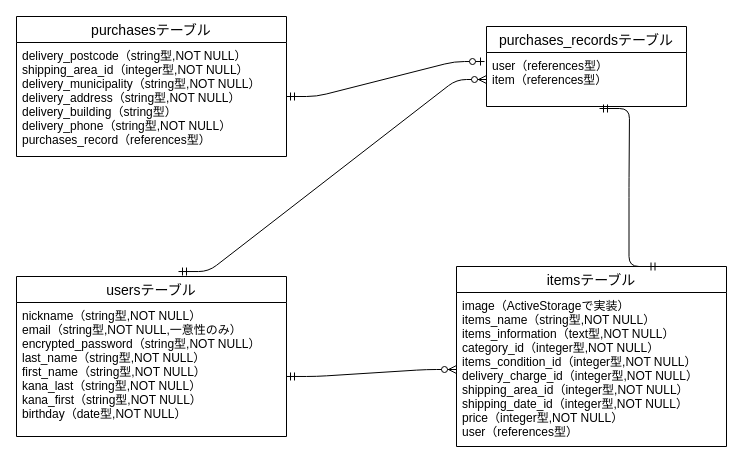
Before: furima.dio in Kazutosi110/furima-35234, a draw.io diagram. Source tidied: cells renumbered, new cells numbered last; positions are measured from the earlier drawing's top-left corner, leaving out a move shared by most shapes. Both pictures are drawn from the tidied source at 100%, with x=0, y=0 at pixel (16, 16).
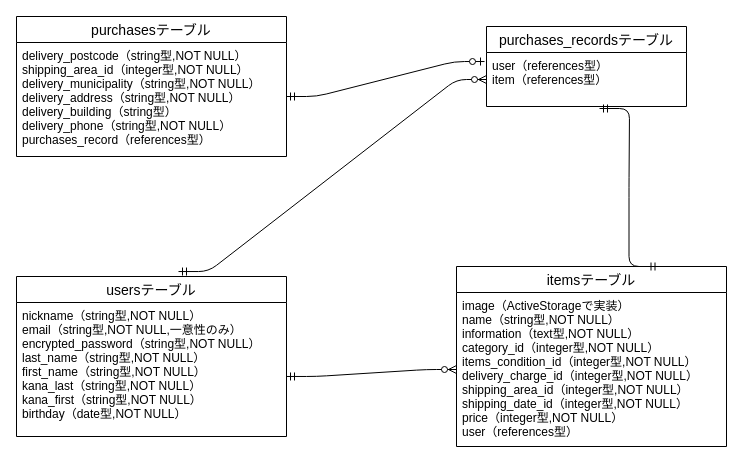
Above is the later version.

Commit message (it also covers changes not shown here):
ER図・READMEの作成直し（4）

The edit, as a diff of the source:
```diff
@@
 <mxGraphModel>
   <root>
     <mxCell id="0" />
     <mxCell id="1" parent="0" />
     <mxCell id="2" value="usersテーブル" style="swimlane;fontStyle=0;horizontal=1;startSize=26;align=center;fontSize=14;" parent="1" vertex="1">
       <mxGeometry y="260" width="270" height="160" as="geometry" />
     </mxCell>
     <mxCell id="3" value="nickname（string型,NOT NULL）&#10;email（string型,NOT NULL,一意性のみ）&#10;encrypted_password（string型,NOT NULL）&#10;last_name（string型,NOT NULL）&#10;first_name（string型,NOT NULL）&#10;kana_last（string型,NOT NULL）&#10;kana_first（string型,NOT NULL）&#10;birthday（date型,NOT NULL）" style="text;strokeColor=none;fillColor=none;spacingLeft=4;spacingRight=4;overflow=hidden;points=[[0,0.5],[1,0.5]];portConstraint=eastwest;fontSize=12;" parent="2" vertex="1">
       <mxGeometry y="26" width="270" height="134" as="geometry" />
     </mxCell>
     <mxCell id="4" style="edgeStyle=orthogonalEdgeStyle;rounded=0;orthogonalLoop=1;jettySize=auto;html=1;exitX=1;exitY=0.5;exitDx=0;exitDy=0;" parent="2" edge="1" source="3" target="3">
       <mxGeometry relative="1" as="geometry" />
     </mxCell>
     <mxCell id="5" value="itemsテーブル" style="swimlane;fontStyle=0;horizontal=1;startSize=26;align=center;fontSize=14;" parent="1" vertex="1">
       <mxGeometry x="440" y="250" width="270" height="180" as="geometry" />
     </mxCell>
-    <mxCell id="6" value="image（ActiveStorageで実装）&#10;items_name（string型,NOT NULL）&#10;items_information（text型,NOT NULL）&#10;category_id（integer型,NOT NULL）&#10;items_condition_id（integer型,NOT NULL）&#10;delivery_charge_id（integer型,NOT NULL）&#10;shipping_area_id（integer型,NOT NULL）&#10;shipping_date_id（integer型,NOT NULL）&#10;price（integer型,NOT NULL）&#10;user（references型）" style="text;strokeColor=none;fillColor=none;spacingLeft=4;spacingRight=4;overflow=hidden;points=[[0,0.5],[1,0.5]];portConstraint=eastwest;fontSize=12;" parent="5" vertex="1">
+    <mxCell id="6" value="image（ActiveStorageで実装）&#10;name（string型,NOT NULL）&#10;information（text型,NOT NULL）&#10;category_id（integer型,NOT NULL）&#10;items_condition_id（integer型,NOT NULL）&#10;delivery_charge_id（integer型,NOT NULL）&#10;shipping_area_id（integer型,NOT NULL）&#10;shipping_date_id（integer型,NOT NULL）&#10;price（integer型,NOT NULL）&#10;user（references型）" style="text;strokeColor=none;fillColor=none;spacingLeft=4;spacingRight=4;overflow=hidden;points=[[0,0.5],[1,0.5]];portConstraint=eastwest;fontSize=12;" parent="5" vertex="1">
       <mxGeometry y="26" width="270" height="154" as="geometry" />
     </mxCell>
     <mxCell id="7" value="purchasesテーブル" style="swimlane;fontStyle=0;horizontal=1;startSize=26;align=center;fontSize=14;" parent="1" vertex="1">
       <mxGeometry width="270" height="140" as="geometry" />
     </mxCell>
     <mxCell id="8" value="delivery_postcode（string型,NOT NULL）&#10;shipping_area_id（integer型,NOT NULL）&#10;delivery_municipality（string型,NOT NULL）&#10;delivery_address（string型,NOT NULL）&#10;delivery_building（string型）&#10;delivery_phone（string型,NOT NULL）&#10;purchases_record（references型）" style="text;strokeColor=none;fillColor=none;spacingLeft=4;spacingRight=4;overflow=hidden;fontSize=12;" parent="7" vertex="1">
       <mxGeometry y="26" width="270" height="114" as="geometry" />
     </mxCell>
     <mxCell id="9" value="purchases_recordsテーブル" style="swimlane;fontStyle=0;horizontal=1;startSize=26;align=center;fontSize=14;" parent="1" vertex="1">
       <mxGeometry x="470" y="10" width="200" height="80" as="geometry" />
     </mxCell>
     <mxCell id="10" value="user（references型）&#10;item（references型）" style="text;strokeColor=none;fillColor=none;spacingLeft=4;spacingRight=4;overflow=hidden;points=[[0,0.5],[1,0.5]];portConstraint=eastwest;fontSize=12;" parent="9" vertex="1">
       <mxGeometry y="26" width="200" height="54" as="geometry" />
     </mxCell>
     <mxCell id="11" style="edgeStyle=entityRelationEdgeStyle;fontSize=12;html=1;endArrow=ERzeroToMany;startArrow=ERmandOne;entryX=0;entryY=0.5;entryDx=0;entryDy=0;exitX=0.6;exitY=-0.031;exitDx=0;exitDy=0;exitPerimeter=0;" parent="1" edge="1" source="2" target="10">
       <mxGeometry relative="1" as="geometry" />
     </mxCell>
     <mxCell id="12" style="edgeStyle=entityRelationEdgeStyle;fontSize=12;html=1;endArrow=ERmandOne;startArrow=ERmandOne;entryX=0.565;entryY=1.037;entryDx=0;entryDy=0;entryPerimeter=0;exitX=0.75;exitY=0;exitDx=0;exitDy=0;" parent="1" edge="1" source="5" target="10">
       <mxGeometry relative="1" as="geometry" />
     </mxCell>
     <mxCell id="13" style="edgeStyle=entityRelationEdgeStyle;fontSize=12;html=1;endArrow=ERzeroToOne;startArrow=ERmandOne;entryX=-0.01;entryY=0.167;entryDx=0;entryDy=0;entryPerimeter=0;" parent="1" edge="1" target="10">
       <mxGeometry relative="1" as="geometry">
         <mxPoint x="270" y="80" as="sourcePoint" />
       </mxGeometry>
     </mxCell>
     <mxCell id="14" style="edgeStyle=entityRelationEdgeStyle;fontSize=12;html=1;endArrow=ERzeroToMany;startArrow=ERmandOne;exitX=1;exitY=0.552;exitDx=0;exitDy=0;exitPerimeter=0;entryX=0;entryY=0.5;entryDx=0;entryDy=0;" parent="1" edge="1" source="3" target="6">
       <mxGeometry relative="1" as="geometry" />
     </mxCell>
   </root>
 </mxGraphModel>
```
